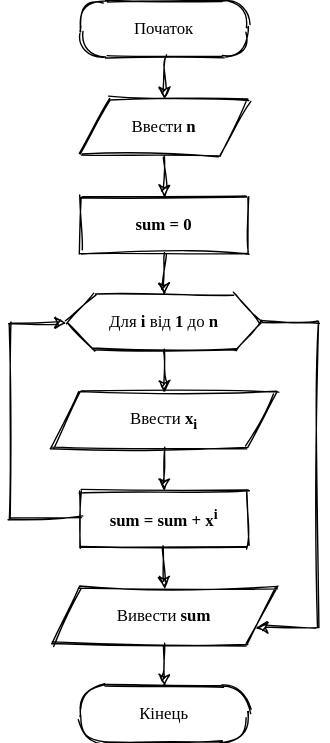
Before: media/courses/csharp-basics/svg/lecture-2-tasks-task5.svg, a diagram exported from draw.io (kleban/ykleban.ygithub.yio). Source tidied: cells renumbered, new cells last; positions are measured from the earlier drawing's top-left corner, leaving out a move shared by most shapes. Source of this version:
```xml
<mxGraphModel>
  <root>
    <mxCell id="0" />
    <mxCell id="1" parent="0" />
    <mxCell id="2" value="Початок" style="rounded=1;whiteSpace=wrap;html=1;arcSize=45;sketch=1;fontFamily=IBM Plex Sans;FType=g;" parent="1" vertex="1">
      <mxGeometry x="50" width="120" height="40" as="geometry" />
    </mxCell>
    <mxCell id="3" value="Ввести &lt;b&gt;n&lt;/b&gt;" style="shape=parallelogram;perimeter=parallelogramPerimeter;whiteSpace=wrap;html=1;fixedSize=1;fillColor=none;sketch=1;fontFamily=IBM Plex Sans;FType=g;" parent="1" vertex="1">
      <mxGeometry x="50" y="70" width="120" height="40" as="geometry" />
    </mxCell>
    <mxCell id="4" style="endArrow=classic;html=1;exitX=0.5;exitY=1;exitDx=0;exitDy=0;sketch=1;fontFamily=IBM Plex Sans;FType=g;" parent="1" edge="1" source="2" target="3">
      <mxGeometry relative="1" as="geometry" />
    </mxCell>
    <mxCell id="5" style="endArrow=classic;html=1;exitX=0.5;exitY=1;exitDx=0;exitDy=0;entryX=0.5;entryY=0;entryDx=0;entryDy=0;sketch=1;fontFamily=IBM Plex Sans;FType=g;" parent="1" edge="1" source="3">
      <mxGeometry relative="1" as="geometry">
        <mxPoint x="110" y="140" as="targetPoint" />
      </mxGeometry>
    </mxCell>
    <mxCell id="6" value="Кінець" style="rounded=1;whiteSpace=wrap;html=1;arcSize=45;sketch=1;fontFamily=IBM Plex Sans;FType=g;" parent="1" vertex="1">
      <mxGeometry x="50" y="490" width="120" height="40" as="geometry" />
    </mxCell>
    <mxCell id="7" value="Ввести&amp;nbsp;&lt;b&gt;x&lt;sub&gt;i&lt;/sub&gt;&lt;/b&gt;" style="shape=parallelogram;perimeter=parallelogramPerimeter;whiteSpace=wrap;html=1;fixedSize=1;fillColor=none;sketch=1;fontFamily=IBM Plex Sans;FType=g;" parent="1" vertex="1">
      <mxGeometry x="30" y="280" width="160" height="40" as="geometry" />
    </mxCell>
    <mxCell id="8" style="endArrow=classic;html=1;exitX=0.5;exitY=1;exitDx=0;exitDy=0;sketch=1;fontFamily=IBM Plex Sans;FType=g;" parent="1" edge="1" source="7">
      <mxGeometry relative="1" as="geometry">
        <mxPoint x="110" y="350" as="targetPoint" />
      </mxGeometry>
    </mxCell>
    <mxCell id="9" value="&lt;b&gt;sum = 0&lt;/b&gt;" style="rounded=0;whiteSpace=wrap;html=1;fillColor=none;sketch=1;fontFamily=IBM Plex Sans;FType=g;" parent="1" vertex="1">
      <mxGeometry x="50" y="140" width="120" height="40" as="geometry" />
    </mxCell>
    <mxCell id="10" style="edgeStyle=orthogonalEdgeStyle;rounded=0;sketch=1;jumpStyle=gap;jettySize=auto;html=1;entryX=0.5;entryY=0;entryDx=0;entryDy=0;exitX=0.5;exitY=1;exitDx=0;exitDy=0;fontFamily=IBM Plex Sans;FType=g;" parent="1" edge="1" source="13" target="7">
      <mxGeometry relative="1" as="geometry">
        <Array as="points">
          <mxPoint x="110" y="270" />
          <mxPoint x="110" y="270" />
        </Array>
      </mxGeometry>
    </mxCell>
    <mxCell id="11" value="&lt;b&gt;sum = sum + x&lt;sup&gt;i&lt;/sup&gt;&lt;/b&gt;" style="rounded=0;whiteSpace=wrap;html=1;fillColor=none;glass=0;sketch=1;fontFamily=IBM Plex Sans;FType=g;" parent="1" vertex="1">
      <mxGeometry x="50" y="350" width="120" height="40" as="geometry" />
    </mxCell>
    <mxCell id="12" style="endArrow=classic;html=1;exitX=0.5;exitY=1;exitDx=0;exitDy=0;entryX=0.5;entryY=0;entryDx=0;entryDy=0;sketch=1;fontFamily=IBM Plex Sans;FType=g;" parent="1" edge="1" source="9">
      <mxGeometry relative="1" as="geometry">
        <mxPoint x="110" y="210" as="targetPoint" />
      </mxGeometry>
    </mxCell>
    <mxCell id="13" value="Для &lt;b&gt;і&lt;/b&gt; від &lt;b&gt;1&lt;/b&gt; до &lt;b&gt;n&lt;/b&gt;" style="shape=hexagon;perimeter=hexagonPerimeter2;whiteSpace=wrap;html=1;fixedSize=1;fillColor=none;sketch=1;fontFamily=IBM Plex Sans;FType=g;" parent="1" vertex="1">
      <mxGeometry x="40" y="210" width="140" height="40" as="geometry" />
    </mxCell>
    <mxCell id="14" style="endArrow=classic;html=1;exitX=1;exitY=0.5;exitDx=0;exitDy=0;entryX=1;entryY=0.75;entryDx=0;entryDy=0;rounded=0;sketch=1;fontFamily=IBM Plex Sans;FType=g;" parent="1" edge="1" source="13" target="15">
      <mxGeometry relative="1" as="geometry">
        <Array as="points">
          <mxPoint x="220" y="230" />
          <mxPoint x="220" y="448" />
        </Array>
      </mxGeometry>
    </mxCell>
    <mxCell id="15" value="Вивести &lt;b&gt;sum&lt;/b&gt;" style="shape=parallelogram;perimeter=parallelogramPerimeter;whiteSpace=wrap;html=1;fixedSize=1;fillColor=none;sketch=1;fontFamily=IBM Plex Sans;FType=g;" parent="1" vertex="1">
      <mxGeometry x="30" y="420" width="160" height="40" as="geometry" />
    </mxCell>
    <mxCell id="16" style="endArrow=classic;html=1;exitX=0.5;exitY=1;exitDx=0;exitDy=0;sketch=1;fontFamily=IBM Plex Sans;FType=g;" parent="1" edge="1" source="11" target="15">
      <mxGeometry relative="1" as="geometry" />
    </mxCell>
    <mxCell id="17" style="endArrow=classic;html=1;exitX=0;exitY=0.5;exitDx=0;exitDy=0;entryX=0;entryY=0.5;entryDx=0;entryDy=0;sketch=1;shadow=0;rounded=0;fontFamily=IBM Plex Sans;FType=g;" parent="1" edge="1" source="11" target="13">
      <mxGeometry relative="1" as="geometry">
        <Array as="points">
          <mxPoint y="370" />
          <mxPoint y="230" />
        </Array>
      </mxGeometry>
    </mxCell>
    <mxCell id="18" style="endArrow=classic;html=1;sketch=1;entryX=0.5;entryY=0;entryDx=0;entryDy=0;fontFamily=IBM Plex Sans;FType=g;" parent="1" edge="1" target="6">
      <mxGeometry relative="1" as="geometry">
        <mxPoint x="110" y="460" as="sourcePoint" />
      </mxGeometry>
    </mxCell>
  </root>
</mxGraphModel>
```
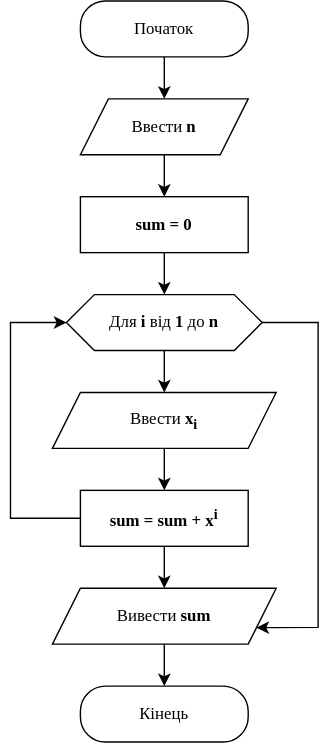
The same file after the commit.

Change to the diagram source:
```diff
@@ -2,35 +2,35 @@
   <root>
     <mxCell id="0" />
     <mxCell id="1" parent="0" />
-    <mxCell id="2" value="Початок" style="rounded=1;whiteSpace=wrap;html=1;arcSize=45;sketch=1;fontFamily=IBM Plex Sans;FType=g;" parent="1" vertex="1">
+    <mxCell id="2" value="Початок" style="rounded=1;whiteSpace=wrap;html=1;arcSize=45;sketch=0;fontFamily=IBM Plex Sans;FType=g;shadow=0;" parent="1" vertex="1">
       <mxGeometry x="50" width="120" height="40" as="geometry" />
     </mxCell>
-    <mxCell id="3" value="Ввести &lt;b&gt;n&lt;/b&gt;" style="shape=parallelogram;perimeter=parallelogramPerimeter;whiteSpace=wrap;html=1;fixedSize=1;fillColor=none;sketch=1;fontFamily=IBM Plex Sans;FType=g;" parent="1" vertex="1">
+    <mxCell id="3" value="Ввести &lt;b&gt;n&lt;/b&gt;" style="shape=parallelogram;perimeter=parallelogramPerimeter;whiteSpace=wrap;html=1;fixedSize=1;fillColor=none;sketch=0;fontFamily=IBM Plex Sans;FType=g;shadow=0;" parent="1" vertex="1">
       <mxGeometry x="50" y="70" width="120" height="40" as="geometry" />
     </mxCell>
-    <mxCell id="4" style="endArrow=classic;html=1;exitX=0.5;exitY=1;exitDx=0;exitDy=0;sketch=1;fontFamily=IBM Plex Sans;FType=g;" parent="1" edge="1" source="2" target="3">
+    <mxCell id="4" style="endArrow=classic;html=1;exitX=0.5;exitY=1;exitDx=0;exitDy=0;sketch=0;fontFamily=IBM Plex Sans;FType=g;shadow=0;" parent="1" edge="1" source="2" target="3">
       <mxGeometry relative="1" as="geometry" />
     </mxCell>
-    <mxCell id="5" style="endArrow=classic;html=1;exitX=0.5;exitY=1;exitDx=0;exitDy=0;entryX=0.5;entryY=0;entryDx=0;entryDy=0;sketch=1;fontFamily=IBM Plex Sans;FType=g;" parent="1" edge="1" source="3">
+    <mxCell id="5" style="endArrow=classic;html=1;exitX=0.5;exitY=1;exitDx=0;exitDy=0;entryX=0.5;entryY=0;entryDx=0;entryDy=0;sketch=0;fontFamily=IBM Plex Sans;FType=g;shadow=0;" parent="1" edge="1" source="3">
       <mxGeometry relative="1" as="geometry">
         <mxPoint x="110" y="140" as="targetPoint" />
       </mxGeometry>
     </mxCell>
-    <mxCell id="6" value="Кінець" style="rounded=1;whiteSpace=wrap;html=1;arcSize=45;sketch=1;fontFamily=IBM Plex Sans;FType=g;" parent="1" vertex="1">
+    <mxCell id="6" value="Кінець" style="rounded=1;whiteSpace=wrap;html=1;arcSize=45;sketch=0;fontFamily=IBM Plex Sans;FType=g;shadow=0;" parent="1" vertex="1">
       <mxGeometry x="50" y="490" width="120" height="40" as="geometry" />
     </mxCell>
-    <mxCell id="7" value="Ввести&amp;nbsp;&lt;b&gt;x&lt;sub&gt;i&lt;/sub&gt;&lt;/b&gt;" style="shape=parallelogram;perimeter=parallelogramPerimeter;whiteSpace=wrap;html=1;fixedSize=1;fillColor=none;sketch=1;fontFamily=IBM Plex Sans;FType=g;" parent="1" vertex="1">
+    <mxCell id="7" value="Ввести&amp;nbsp;&lt;b&gt;x&lt;sub&gt;i&lt;/sub&gt;&lt;/b&gt;" style="shape=parallelogram;perimeter=parallelogramPerimeter;whiteSpace=wrap;html=1;fixedSize=1;fillColor=none;sketch=0;fontFamily=IBM Plex Sans;FType=g;shadow=0;" parent="1" vertex="1">
       <mxGeometry x="30" y="280" width="160" height="40" as="geometry" />
     </mxCell>
-    <mxCell id="8" style="endArrow=classic;html=1;exitX=0.5;exitY=1;exitDx=0;exitDy=0;sketch=1;fontFamily=IBM Plex Sans;FType=g;" parent="1" edge="1" source="7">
+    <mxCell id="8" style="endArrow=classic;html=1;exitX=0.5;exitY=1;exitDx=0;exitDy=0;sketch=0;fontFamily=IBM Plex Sans;FType=g;shadow=0;" parent="1" edge="1" source="7">
       <mxGeometry relative="1" as="geometry">
         <mxPoint x="110" y="350" as="targetPoint" />
       </mxGeometry>
     </mxCell>
-    <mxCell id="9" value="&lt;b&gt;sum = 0&lt;/b&gt;" style="rounded=0;whiteSpace=wrap;html=1;fillColor=none;sketch=1;fontFamily=IBM Plex Sans;FType=g;" parent="1" vertex="1">
+    <mxCell id="9" value="&lt;b&gt;sum = 0&lt;/b&gt;" style="rounded=0;whiteSpace=wrap;html=1;fillColor=none;sketch=0;fontFamily=IBM Plex Sans;FType=g;shadow=0;" parent="1" vertex="1">
       <mxGeometry x="50" y="140" width="120" height="40" as="geometry" />
     </mxCell>
-    <mxCell id="10" style="edgeStyle=orthogonalEdgeStyle;rounded=0;sketch=1;jumpStyle=gap;jettySize=auto;html=1;entryX=0.5;entryY=0;entryDx=0;entryDy=0;exitX=0.5;exitY=1;exitDx=0;exitDy=0;fontFamily=IBM Plex Sans;FType=g;" parent="1" edge="1" source="13" target="7">
+    <mxCell id="10" style="edgeStyle=orthogonalEdgeStyle;rounded=0;sketch=0;jumpStyle=gap;jettySize=auto;html=1;entryX=0.5;entryY=0;entryDx=0;entryDy=0;exitX=0.5;exitY=1;exitDx=0;exitDy=0;fontFamily=IBM Plex Sans;FType=g;shadow=0;" parent="1" edge="1" source="13" target="7">
       <mxGeometry relative="1" as="geometry">
         <Array as="points">
           <mxPoint x="110" y="270" />
@@ -38,18 +38,18 @@
         </Array>
       </mxGeometry>
     </mxCell>
-    <mxCell id="11" value="&lt;b&gt;sum = sum + x&lt;sup&gt;i&lt;/sup&gt;&lt;/b&gt;" style="rounded=0;whiteSpace=wrap;html=1;fillColor=none;glass=0;sketch=1;fontFamily=IBM Plex Sans;FType=g;" parent="1" vertex="1">
+    <mxCell id="11" value="&lt;b&gt;sum = sum + x&lt;sup&gt;i&lt;/sup&gt;&lt;/b&gt;" style="rounded=0;whiteSpace=wrap;html=1;fillColor=none;glass=0;sketch=0;fontFamily=IBM Plex Sans;FType=g;shadow=0;" parent="1" vertex="1">
       <mxGeometry x="50" y="350" width="120" height="40" as="geometry" />
     </mxCell>
-    <mxCell id="12" style="endArrow=classic;html=1;exitX=0.5;exitY=1;exitDx=0;exitDy=0;entryX=0.5;entryY=0;entryDx=0;entryDy=0;sketch=1;fontFamily=IBM Plex Sans;FType=g;" parent="1" edge="1" source="9">
+    <mxCell id="12" style="endArrow=classic;html=1;exitX=0.5;exitY=1;exitDx=0;exitDy=0;entryX=0.5;entryY=0;entryDx=0;entryDy=0;sketch=0;fontFamily=IBM Plex Sans;FType=g;shadow=0;" parent="1" edge="1" source="9">
       <mxGeometry relative="1" as="geometry">
         <mxPoint x="110" y="210" as="targetPoint" />
       </mxGeometry>
     </mxCell>
-    <mxCell id="13" value="Для &lt;b&gt;і&lt;/b&gt; від &lt;b&gt;1&lt;/b&gt; до &lt;b&gt;n&lt;/b&gt;" style="shape=hexagon;perimeter=hexagonPerimeter2;whiteSpace=wrap;html=1;fixedSize=1;fillColor=none;sketch=1;fontFamily=IBM Plex Sans;FType=g;" parent="1" vertex="1">
+    <mxCell id="13" value="Для &lt;b&gt;і&lt;/b&gt; від &lt;b&gt;1&lt;/b&gt; до &lt;b&gt;n&lt;/b&gt;" style="shape=hexagon;perimeter=hexagonPerimeter2;whiteSpace=wrap;html=1;fixedSize=1;fillColor=none;sketch=0;fontFamily=IBM Plex Sans;FType=g;shadow=0;" parent="1" vertex="1">
       <mxGeometry x="40" y="210" width="140" height="40" as="geometry" />
     </mxCell>
-    <mxCell id="14" style="endArrow=classic;html=1;exitX=1;exitY=0.5;exitDx=0;exitDy=0;entryX=1;entryY=0.75;entryDx=0;entryDy=0;rounded=0;sketch=1;fontFamily=IBM Plex Sans;FType=g;" parent="1" edge="1" source="13" target="15">
+    <mxCell id="14" style="endArrow=classic;html=1;exitX=1;exitY=0.5;exitDx=0;exitDy=0;entryX=1;entryY=0.75;entryDx=0;entryDy=0;rounded=0;sketch=0;fontFamily=IBM Plex Sans;FType=g;shadow=0;" parent="1" edge="1" source="13" target="15">
       <mxGeometry relative="1" as="geometry">
         <Array as="points">
           <mxPoint x="220" y="230" />
@@ -57,13 +57,13 @@
         </Array>
       </mxGeometry>
     </mxCell>
-    <mxCell id="15" value="Вивести &lt;b&gt;sum&lt;/b&gt;" style="shape=parallelogram;perimeter=parallelogramPerimeter;whiteSpace=wrap;html=1;fixedSize=1;fillColor=none;sketch=1;fontFamily=IBM Plex Sans;FType=g;" parent="1" vertex="1">
+    <mxCell id="15" value="Вивести &lt;b&gt;sum&lt;/b&gt;" style="shape=parallelogram;perimeter=parallelogramPerimeter;whiteSpace=wrap;html=1;fixedSize=1;fillColor=none;sketch=0;fontFamily=IBM Plex Sans;FType=g;shadow=0;" parent="1" vertex="1">
       <mxGeometry x="30" y="420" width="160" height="40" as="geometry" />
     </mxCell>
-    <mxCell id="16" style="endArrow=classic;html=1;exitX=0.5;exitY=1;exitDx=0;exitDy=0;sketch=1;fontFamily=IBM Plex Sans;FType=g;" parent="1" edge="1" source="11" target="15">
+    <mxCell id="16" style="endArrow=classic;html=1;exitX=0.5;exitY=1;exitDx=0;exitDy=0;sketch=0;fontFamily=IBM Plex Sans;FType=g;shadow=0;" parent="1" edge="1" source="11" target="15">
       <mxGeometry relative="1" as="geometry" />
     </mxCell>
-    <mxCell id="17" style="endArrow=classic;html=1;exitX=0;exitY=0.5;exitDx=0;exitDy=0;entryX=0;entryY=0.5;entryDx=0;entryDy=0;sketch=1;shadow=0;rounded=0;fontFamily=IBM Plex Sans;FType=g;" parent="1" edge="1" source="11" target="13">
+    <mxCell id="17" style="endArrow=classic;html=1;exitX=0;exitY=0.5;exitDx=0;exitDy=0;entryX=0;entryY=0.5;entryDx=0;entryDy=0;sketch=0;shadow=0;rounded=0;fontFamily=IBM Plex Sans;FType=g;" parent="1" edge="1" source="11" target="13">
       <mxGeometry relative="1" as="geometry">
         <Array as="points">
           <mxPoint y="370" />
@@ -71,7 +71,7 @@
         </Array>
       </mxGeometry>
     </mxCell>
-    <mxCell id="18" style="endArrow=classic;html=1;sketch=1;entryX=0.5;entryY=0;entryDx=0;entryDy=0;fontFamily=IBM Plex Sans;FType=g;" parent="1" edge="1" target="6">
+    <mxCell id="18" style="endArrow=classic;html=1;sketch=0;entryX=0.5;entryY=0;entryDx=0;entryDy=0;fontFamily=IBM Plex Sans;FType=g;shadow=0;" parent="1" edge="1" target="6">
       <mxGeometry relative="1" as="geometry">
         <mxPoint x="110" y="460" as="sourcePoint" />
       </mxGeometry>
```
